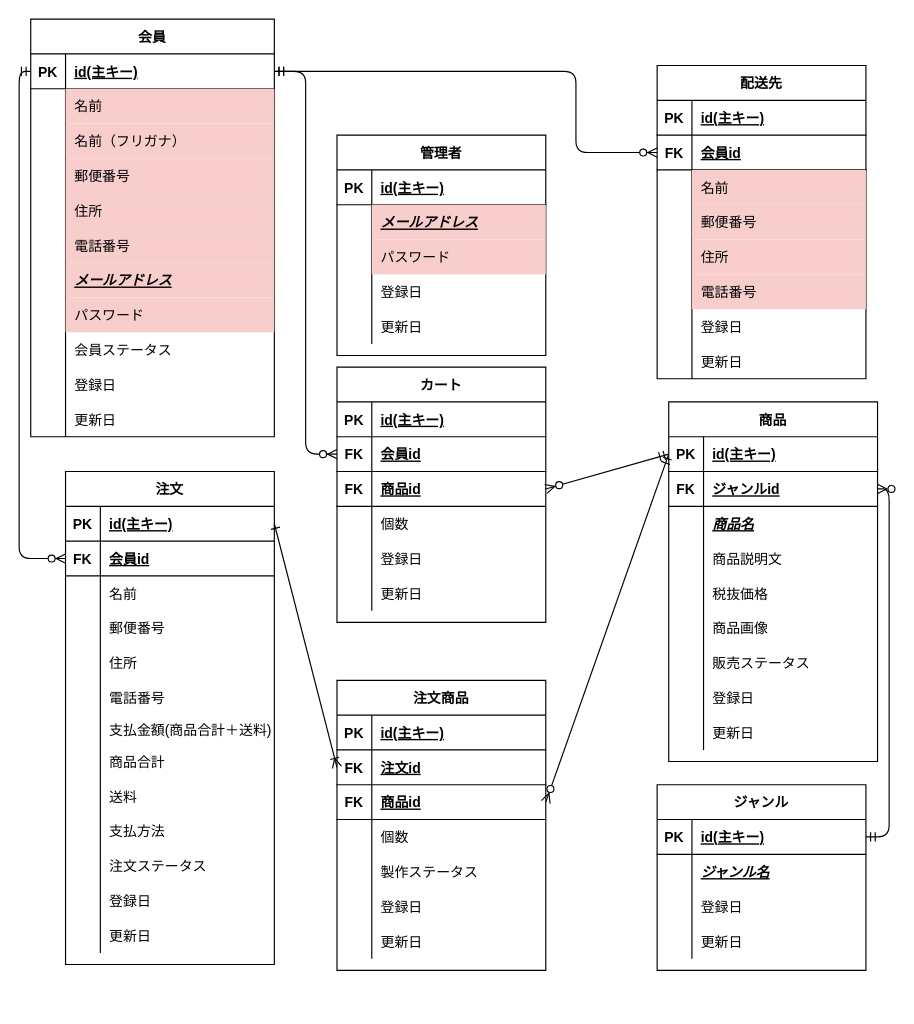
Before: Untitled Diagram.drawio in couplee/cake, a draw.io diagram. Source tidied: cells renumbered, new cells numbered last; positions are measured from the earlier drawing's top-left corner, leaving out a move shared by most shapes. Both pictures are drawn from the tidied source at 116%, with x=0, y=0 at pixel (30, 19).
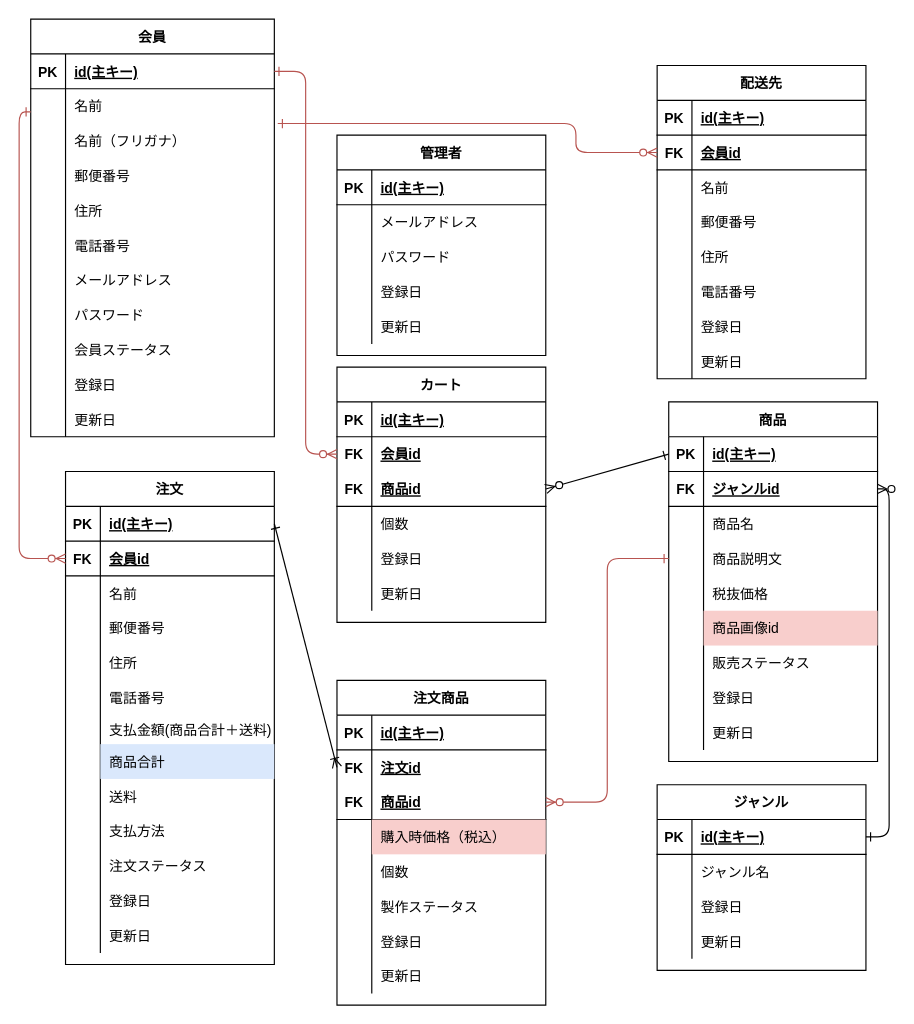
The same diagram, later.

Commit message:
Untitled Diagram.drawio を更新します

Unchanged cells that the change refers to:
```xml
<mxCell id="3" style="shape=partialRectangle;fillColor=none;top=0;left=0;bottom=1;right=0;points=[[0,0.5],[1,0.5]];portConstraint=eastwest;" parent="2" vertex="1">
<mxCell id="6" style="shape=partialRectangle;fillColor=none;top=0;left=0;bottom=0;right=0;" parent="2" vertex="1">
<mxCell id="9" style="shape=partialRectangle;fillColor=none;top=0;left=0;bottom=0;right=0;points=[[0,0.5],[1,0.5]];portConstraint=eastwest;" parent="2" vertex="1">
<mxCell id="12" style="shape=partialRectangle;fillColor=none;top=0;left=0;bottom=0;right=0;" parent="2" vertex="1">
<mxCell id="15" style="shape=partialRectangle;fillColor=none;top=0;left=0;bottom=0;right=0;" parent="2" vertex="1">
<mxCell id="18" style="shape=partialRectangle;fillColor=none;top=0;left=0;bottom=0;right=0;" parent="2" vertex="1">
<mxCell id="21" style="shape=partialRectangle;fillColor=none;top=0;left=0;bottom=0;right=0;" parent="2" vertex="1">
<mxCell id="24" style="shape=partialRectangle;fillColor=none;top=0;left=0;bottom=0;right=0;" parent="2" vertex="1">
<mxCell id="37" style="shape=partialRectangle;fillColor=none;top=0;left=0;bottom=1;right=0;points=[[0,0.5],[1,0.5]];portConstraint=eastwest;" parent="36" vertex="1">
<mxCell id="40" style="shape=partialRectangle;fillColor=none;top=0;left=0;bottom=1;right=0;points=[[0,0.5],[1,0.5]];portConstraint=eastwest;" parent="36" vertex="1">
<mxCell id="43" style="shape=partialRectangle;fillColor=none;top=0;left=0;bottom=0;right=0;" parent="36" vertex="1">
<mxCell id="46" style="shape=partialRectangle;fillColor=none;top=0;left=0;bottom=0;right=0;points=[[0,0.5],[1,0.5]];portConstraint=eastwest;" parent="36" vertex="1">
<mxCell id="52" style="shape=partialRectangle;fillColor=none;top=0;left=0;bottom=0;right=0;" parent="36" vertex="1">
<mxCell id="64" value="カート" style="shape=table;startSize=30;childLayout=tableLayout;rowLines=0;fontStyle=1;align=center;" parent="1" vertex="1">
<mxCell id="71" style="shape=partialRectangle;fillColor=none;top=0;left=0;bottom=1;right=0;points=[[0,0.5],[1,0.5]];portConstraint=eastwest;" parent="64" vertex="1">
<mxCell id="87" style="shape=partialRectangle;fillColor=none;top=0;left=0;bottom=1;right=0;points=[[0,0.5],[1,0.5]];portConstraint=eastwest;" parent="83" vertex="1">
<mxCell id="105" style="shape=partialRectangle;fillColor=none;top=0;left=0;bottom=0;right=0;" parent="83" vertex="1">
<mxCell id="127" style="shape=partialRectangle;fillColor=none;top=0;left=0;bottom=1;right=0;points=[[0,0.5],[1,0.5]];portConstraint=eastwest;" parent="123" vertex="1">
<mxCell id="130" style="shape=partialRectangle;fillColor=none;top=0;left=0;bottom=0;right=0;" parent="123" vertex="1">
<mxCell id="133" style="shape=partialRectangle;fillColor=none;top=0;left=0;bottom=0;right=0;" parent="123" vertex="1">
<mxCell id="136" style="shape=partialRectangle;fillColor=none;top=0;left=0;bottom=0;right=0;" parent="123" vertex="1">
<mxCell id="139" style="shape=partialRectangle;fillColor=none;top=0;left=0;bottom=0;right=0;" parent="123" vertex="1">
<mxCell id="155" style="shape=partialRectangle;fillColor=none;top=0;left=0;bottom=1;right=0;points=[[0,0.5],[1,0.5]];portConstraint=eastwest;" parent="148" vertex="1">
<mxCell id="171" style="shape=partialRectangle;fillColor=none;top=0;left=0;bottom=1;right=0;points=[[0,0.5],[1,0.5]];portConstraint=eastwest;" parent="170" vertex="1">
<mxCell id="174" style="shape=partialRectangle;fillColor=none;top=0;left=0;bottom=0;right=0;" parent="170" vertex="1">
<mxCell id="189" style="shape=partialRectangle;fillColor=none;top=0;left=0;bottom=0;right=0;" parent="185" vertex="1">
<mxCell id="192" style="shape=partialRectangle;fillColor=none;top=0;left=0;bottom=0;right=0;" parent="185" vertex="1">
```

What changed in the source:
```diff
@@
-    <mxCell id="8" value="名前" style="shape=partialRectangle;fillColor=#f8cecc;top=0;left=0;bottom=0;right=0;align=left;spacingLeft=6;overflow=hidden;strokeColor=#b85450;" parent="6" vertex="1">
+    <mxCell id="8" value="名前" style="shape=partialRectangle;top=0;left=0;bottom=0;right=0;align=left;spacingLeft=6;overflow=hidden;strokeColor=#b85450;fillColor=none;" parent="6" vertex="1">
       <mxGeometry x="30" width="180" height="30" as="geometry" />
     </mxCell>
@@
-    <mxCell id="11" value="名前（フリガナ）" style="shape=partialRectangle;fillColor=#f8cecc;top=0;left=0;bottom=0;right=0;align=left;spacingLeft=6;overflow=hidden;strokeColor=#b85450;" parent="9" vertex="1">
+    <mxCell id="11" value="名前（フリガナ）" style="shape=partialRectangle;top=0;left=0;bottom=0;right=0;align=left;spacingLeft=6;overflow=hidden;strokeColor=#b85450;fillColor=none;" parent="9" vertex="1">
       <mxGeometry x="30" width="180" height="30" as="geometry" />
     </mxCell>
@@
-    <mxCell id="14" value="郵便番号" style="shape=partialRectangle;fillColor=#f8cecc;top=0;left=0;bottom=0;right=0;align=left;spacingLeft=6;overflow=hidden;strokeColor=#b85450;" parent="12" vertex="1">
+    <mxCell id="14" value="郵便番号" style="shape=partialRectangle;top=0;left=0;bottom=0;right=0;align=left;spacingLeft=6;overflow=hidden;strokeColor=#b85450;fillColor=none;" parent="12" vertex="1">
       <mxGeometry x="30" width="180" height="30" as="geometry" />
     </mxCell>
@@
-    <mxCell id="17" value="住所" style="shape=partialRectangle;fillColor=#f8cecc;top=0;left=0;bottom=0;right=0;align=left;spacingLeft=6;overflow=hidden;strokeColor=#b85450;" parent="15" vertex="1">
+    <mxCell id="17" value="住所" style="shape=partialRectangle;top=0;left=0;bottom=0;right=0;align=left;spacingLeft=6;overflow=hidden;strokeColor=#b85450;fillColor=none;" parent="15" vertex="1">
       <mxGeometry x="30" width="180" height="30" as="geometry" />
     </mxCell>
@@
-    <mxCell id="20" value="電話番号" style="shape=partialRectangle;fillColor=#f8cecc;top=0;left=0;bottom=0;right=0;align=left;spacingLeft=6;overflow=hidden;strokeColor=#b85450;" parent="18" vertex="1">
+    <mxCell id="20" value="電話番号" style="shape=partialRectangle;top=0;left=0;bottom=0;right=0;align=left;spacingLeft=6;overflow=hidden;strokeColor=#b85450;fillColor=none;" parent="18" vertex="1">
       <mxGeometry x="30" width="180" height="30" as="geometry" />
     </mxCell>
@@
-    <mxCell id="23" value="メールアドレス" style="shape=partialRectangle;fillColor=#f8cecc;top=0;left=0;bottom=0;right=0;align=left;spacingLeft=6;overflow=hidden;strokeColor=#b85450;fontStyle=7;" parent="21" vertex="1">
+    <mxCell id="23" value="メールアドレス" style="shape=partialRectangle;top=0;left=0;bottom=0;right=0;align=left;spacingLeft=6;overflow=hidden;strokeColor=#b85450;fontStyle=0;fillColor=none;" parent="21" vertex="1">
       <mxGeometry x="30" width="180" height="30" as="geometry" />
     </mxCell>
@@
-    <mxCell id="26" value="パスワード" style="shape=partialRectangle;fillColor=#f8cecc;top=0;left=0;bottom=0;right=0;align=left;spacingLeft=6;overflow=hidden;strokeColor=#b85450;" parent="24" vertex="1">
+    <mxCell id="26" value="パスワード" style="shape=partialRectangle;top=0;left=0;bottom=0;right=0;align=left;spacingLeft=6;overflow=hidden;strokeColor=#b85450;fillColor=none;" parent="24" vertex="1">
       <mxGeometry x="30" width="180" height="30" as="geometry" />
     </mxCell>
@@
-    <mxCell id="45" value="商品名" style="shape=partialRectangle;fillColor=none;top=0;left=0;bottom=0;right=0;align=left;spacingLeft=6;overflow=hidden;fontStyle=7;" parent="43" vertex="1">
+    <mxCell id="45" value="商品名" style="shape=partialRectangle;fillColor=none;top=0;left=0;bottom=0;right=0;align=left;spacingLeft=6;overflow=hidden;fontStyle=0;" parent="43" vertex="1">
       <mxGeometry x="30" width="150" height="30" as="geometry" />
     </mxCell>
@@
-    <mxCell id="54" value="商品画像" style="shape=partialRectangle;fillColor=none;top=0;left=0;bottom=0;right=0;align=left;spacingLeft=6;overflow=hidden;" parent="52" vertex="1">
+    <mxCell id="54" value="商品画像id" style="shape=partialRectangle;fillColor=#f8cecc;top=0;left=0;bottom=0;right=0;align=left;spacingLeft=6;overflow=hidden;strokeColor=#b85450;" parent="52" vertex="1">
       <mxGeometry x="30" width="150" height="30" as="geometry" />
     </mxCell>
@@
-    <mxCell id="68" style="shape=partialRectangle;fillColor=none;top=0;left=0;bottom=1;right=0;points=[[0,0.5],[1,0.5]];portConstraint=eastwest;" parent="64" vertex="1">
+    <mxCell id="68" style="shape=partialRectangle;fillColor=none;top=0;left=0;bottom=1;right=0;points=[[0,0.5],[1,0.5]];portConstraint=eastwest;strokeColor=none;" parent="64" vertex="1">
       <mxGeometry y="60" width="180" height="30" as="geometry" />
     </mxCell>
@@
-    <mxCell id="107" value="商品合計" style="shape=partialRectangle;fillColor=none;top=0;left=0;bottom=0;right=0;align=left;spacingLeft=6;overflow=hidden;" parent="105" vertex="1">
+    <mxCell id="107" value="商品合計" style="shape=partialRectangle;fillColor=#dae8fc;top=0;left=0;bottom=0;right=0;align=left;spacingLeft=6;overflow=hidden;strokeColor=#6c8ebf;" parent="105" vertex="1">
       <mxGeometry x="30" width="150" height="30" as="geometry" />
     </mxCell>
@@
-    <mxCell id="132" value="名前" style="shape=partialRectangle;fillColor=#f8cecc;top=0;left=0;bottom=0;right=0;align=left;spacingLeft=6;overflow=hidden;strokeColor=#b85450;" parent="130" vertex="1">
+    <mxCell id="132" value="名前" style="shape=partialRectangle;top=0;left=0;bottom=0;right=0;align=left;spacingLeft=6;overflow=hidden;strokeColor=#b85450;fillColor=none;" parent="130" vertex="1">
       <mxGeometry x="30" width="150" height="30" as="geometry" />
     </mxCell>
@@
-    <mxCell id="135" value="郵便番号" style="shape=partialRectangle;fillColor=#f8cecc;top=0;left=0;bottom=0;right=0;align=left;spacingLeft=6;overflow=hidden;strokeColor=#b85450;" parent="133" vertex="1">
+    <mxCell id="135" value="郵便番号" style="shape=partialRectangle;top=0;left=0;bottom=0;right=0;align=left;spacingLeft=6;overflow=hidden;strokeColor=#b85450;fillColor=none;" parent="133" vertex="1">
       <mxGeometry x="30" width="150" height="30" as="geometry" />
     </mxCell>
@@
-    <mxCell id="138" value="住所" style="shape=partialRectangle;fillColor=#f8cecc;top=0;left=0;bottom=0;right=0;align=left;spacingLeft=6;overflow=hidden;strokeColor=#b85450;" parent="136" vertex="1">
+    <mxCell id="138" value="住所" style="shape=partialRectangle;top=0;left=0;bottom=0;right=0;align=left;spacingLeft=6;overflow=hidden;strokeColor=#b85450;fillColor=none;" parent="136" vertex="1">
       <mxGeometry x="30" width="150" height="30" as="geometry" />
     </mxCell>
@@
-    <mxCell id="141" value="電話番号" style="shape=partialRectangle;fillColor=#f8cecc;top=0;left=0;bottom=0;right=0;align=left;spacingLeft=6;overflow=hidden;strokeColor=#b85450;" parent="139" vertex="1">
+    <mxCell id="141" value="電話番号" style="shape=partialRectangle;top=0;left=0;bottom=0;right=0;align=left;spacingLeft=6;overflow=hidden;strokeColor=#b85450;fillColor=none;" parent="139" vertex="1">
       <mxGeometry x="30" width="150" height="30" as="geometry" />
     </mxCell>
@@
     <mxCell id="148" value="注文商品" style="shape=table;startSize=30;childLayout=tableLayout;rowLines=0;fontStyle=1;align=center;shadow=0;" parent="1" vertex="1">
-      <mxGeometry x="264" y="570" width="180" height="250" as="geometry" />
+      <mxGeometry x="264" y="570" width="180" height="280" as="geometry" />
     </mxCell>
@@
-    <mxCell id="152" style="shape=partialRectangle;fillColor=none;top=0;left=0;bottom=1;right=0;points=[[0,0.5],[1,0.5]];portConstraint=eastwest;" parent="148" vertex="1">
+    <mxCell id="152" style="shape=partialRectangle;fillColor=none;top=0;left=0;bottom=1;right=0;points=[[0,0.5],[1,0.5]];portConstraint=eastwest;strokeColor=none;" parent="148" vertex="1">
       <mxGeometry y="60" width="180" height="30" as="geometry" />
     </mxCell>
@@
+    <mxCell id="206" style="shape=partialRectangle;fillColor=none;top=0;left=0;bottom=0;right=0;" parent="148" vertex="1">
+      <mxGeometry y="120" width="180" height="30" as="geometry" />
+    </mxCell>
+    <mxCell id="207" style="shape=partialRectangle;fillColor=none;top=0;left=0;bottom=0;right=0;overflow=hidden;" parent="206" vertex="1">
+      <mxGeometry width="30" height="30" as="geometry" />
+    </mxCell>
+    <mxCell id="208" value="購入時価格（税込）" style="shape=partialRectangle;fillColor=#f8cecc;top=0;left=0;bottom=0;right=0;align=left;spacingLeft=6;overflow=hidden;strokeColor=#b85450;" parent="206" vertex="1">
+      <mxGeometry x="30" width="150" height="30" as="geometry" />
+    </mxCell>
     <mxCell id="158" style="shape=partialRectangle;fillColor=none;top=0;left=0;bottom=0;right=0;" parent="148" vertex="1">
-      <mxGeometry y="120" width="180" height="30" as="geometry" />
+      <mxGeometry y="150" width="180" height="30" as="geometry" />
     </mxCell>
@@
     <mxCell id="161" style="shape=partialRectangle;fillColor=none;top=0;left=0;bottom=0;right=0;" parent="148" vertex="1">
-      <mxGeometry y="150" width="180" height="30" as="geometry" />
+      <mxGeometry y="180" width="180" height="30" as="geometry" />
     </mxCell>
@@
     <mxCell id="164" style="shape=partialRectangle;fillColor=none;top=0;left=0;bottom=0;right=0;" parent="148" vertex="1">
-      <mxGeometry y="180" width="180" height="30" as="geometry" />
+      <mxGeometry y="210" width="180" height="30" as="geometry" />
     </mxCell>
@@
     <mxCell id="167" style="shape=partialRectangle;fillColor=none;top=0;left=0;bottom=0;right=0;" parent="148" vertex="1">
-      <mxGeometry y="210" width="180" height="30" as="geometry" />
+      <mxGeometry y="240" width="180" height="30" as="geometry" />
     </mxCell>
@@
-    <mxCell id="176" value="ジャンル名" style="shape=partialRectangle;fillColor=none;top=0;left=0;bottom=0;right=0;align=left;spacingLeft=6;overflow=hidden;fontStyle=7;" parent="174" vertex="1">
+    <mxCell id="176" value="ジャンル名" style="shape=partialRectangle;fillColor=none;top=0;left=0;bottom=0;right=0;align=left;spacingLeft=6;overflow=hidden;fontStyle=0;" parent="174" vertex="1">
       <mxGeometry x="30" width="150" height="30" as="geometry" />
     </mxCell>
@@
-    <mxCell id="184" style="endArrow=ERzeroToMany;html=1;exitX=0;exitY=0.5;exitDx=0;exitDy=0;entryX=0;entryY=0.5;entryDx=0;entryDy=0;startArrow=ERmandOne;startFill=0;endFill=1;edgeStyle=orthogonalEdgeStyle;" parent="1" edge="1" source="3" target="87">
-      <mxGeometry relative="1" as="geometry" />
+    <mxCell id="184" style="endArrow=ERzeroToMany;html=1;entryX=0;entryY=0.5;entryDx=0;entryDy=0;startArrow=ERone;startFill=0;endFill=1;edgeStyle=orthogonalEdgeStyle;fillColor=#f8cecc;strokeColor=#b85450;" parent="1" edge="1" target="87">
+      <mxGeometry relative="1" as="geometry">
+        <mxPoint y="80" as="sourcePoint" />
+        <Array as="points">
+          <mxPoint y="80" />
+          <mxPoint x="-10" y="80" />
+          <mxPoint x="-10" y="465" />
+        </Array>
+      </mxGeometry>
     </mxCell>
@@
-    <mxCell id="191" value="メールアドレス" style="shape=partialRectangle;fillColor=#f8cecc;top=0;left=0;bottom=0;right=0;align=left;spacingLeft=6;overflow=hidden;strokeColor=#b85450;fontStyle=7;" parent="189" vertex="1">
+    <mxCell id="191" value="メールアドレス" style="shape=partialRectangle;top=0;left=0;bottom=0;right=0;align=left;spacingLeft=6;overflow=hidden;strokeColor=#b85450;fontStyle=0;fillColor=none;" parent="189" vertex="1">
       <mxGeometry x="30" width="150" height="30" as="geometry" />
     </mxCell>
@@
-    <mxCell id="194" value="パスワード" style="shape=partialRectangle;fillColor=#f8cecc;top=0;left=0;bottom=0;right=0;align=left;spacingLeft=6;overflow=hidden;strokeColor=#b85450;" parent="192" vertex="1">
+    <mxCell id="194" value="パスワード" style="shape=partialRectangle;top=0;left=0;bottom=0;right=0;align=left;spacingLeft=6;overflow=hidden;strokeColor=#b85450;fillColor=none;" parent="192" vertex="1">
       <mxGeometry x="30" width="150" height="30" as="geometry" />
     </mxCell>
@@
-    <mxCell id="201" style="endArrow=ERmandOne;html=1;entryX=0;entryY=0.5;entryDx=0;entryDy=0;exitX=1;exitY=0.5;exitDx=0;exitDy=0;endFill=0;startArrow=ERzeroToMany;startFill=1;" parent="1" edge="1" source="71" target="37">
+    <mxCell id="201" style="endArrow=ERone;html=1;entryX=0;entryY=0.5;entryDx=0;entryDy=0;exitX=1;exitY=0.5;exitDx=0;exitDy=0;endFill=0;startArrow=ERzeroToMany;startFill=1;fillColor=#f8cecc;" parent="1" edge="1" source="71" target="37">
       <mxGeometry relative="1" as="geometry" />
     </mxCell>
-    <mxCell id="202" style="endArrow=ERzeroToMany;html=1;exitX=1;exitY=0.5;exitDx=0;exitDy=0;entryX=0;entryY=0.5;entryDx=0;entryDy=0;startArrow=ERmandOne;startFill=0;endFill=1;edgeStyle=orthogonalEdgeStyle;" parent="1" edge="1" source="3" target="68">
+    <mxCell id="202" style="endArrow=ERzeroToMany;html=1;exitX=1;exitY=0.5;exitDx=0;exitDy=0;entryX=0;entryY=0.5;entryDx=0;entryDy=0;startArrow=ERone;startFill=0;endFill=1;edgeStyle=orthogonalEdgeStyle;fillColor=#f8cecc;strokeColor=#b85450;" parent="1" edge="1" source="3" target="68">
       <mxGeometry relative="1" as="geometry" />
     </mxCell>
-    <mxCell id="203" style="endArrow=ERmandOne;html=1;entryX=0;entryY=0.5;entryDx=0;entryDy=0;exitX=1;exitY=0.5;exitDx=0;exitDy=0;endFill=0;startArrow=ERzeroToMany;startFill=1;" parent="1" edge="1" source="155" target="37">
+    <mxCell id="203" style="endArrow=ERone;html=1;entryX=0;entryY=0.5;entryDx=0;entryDy=0;exitX=1;exitY=0.5;exitDx=0;exitDy=0;endFill=0;startArrow=ERzeroToMany;startFill=1;edgeStyle=orthogonalEdgeStyle;fillColor=#f8cecc;strokeColor=#b85450;" parent="1" edge="1" source="155" target="46">
       <mxGeometry relative="1" as="geometry" />
     </mxCell>
-    <mxCell id="204" style="edgeStyle=orthogonalEdgeStyle;fontSize=12;html=1;endArrow=ERzeroToMany;startArrow=ERmandOne;exitX=1;exitY=0.5;exitDx=0;exitDy=0;entryX=0;entryY=0.5;entryDx=0;entryDy=0;" parent="1" edge="1" source="3" target="127">
+    <mxCell id="204" style="edgeStyle=orthogonalEdgeStyle;fontSize=12;html=1;endArrow=ERzeroToMany;startArrow=ERone;exitX=1.014;exitY=0;exitDx=0;exitDy=0;entryX=0;entryY=0.5;entryDx=0;entryDy=0;startFill=0;exitPerimeter=0;fillColor=#f8cecc;strokeColor=#b85450;" parent="1" edge="1" source="9" target="127">
       <mxGeometry relative="1" as="geometry">
         <Array as="points">
-          <mxPoint x="470" y="45" />
+          <mxPoint x="470" y="90" />
           <mxPoint x="470" y="115" />
         </Array>
       </mxGeometry>
     </mxCell>
-    <mxCell id="205" style="edgeStyle=orthogonalEdgeStyle;fontSize=12;html=1;endArrow=ERzeroToMany;startArrow=ERmandOne;entryX=1;entryY=0.5;entryDx=0;entryDy=0;exitX=1;exitY=0.5;exitDx=0;exitDy=0;startFill=0;endFill=1;" parent="1" edge="1" source="171" target="40">
+    <mxCell id="205" style="edgeStyle=orthogonalEdgeStyle;fontSize=12;html=1;endArrow=ERzeroToMany;startArrow=ERone;entryX=1;entryY=0.5;entryDx=0;entryDy=0;exitX=1;exitY=0.5;exitDx=0;exitDy=0;startFill=0;endFill=1;" parent="1" edge="1" source="171" target="40">
       <mxGeometry relative="1" as="geometry" />
     </mxCell>
```
